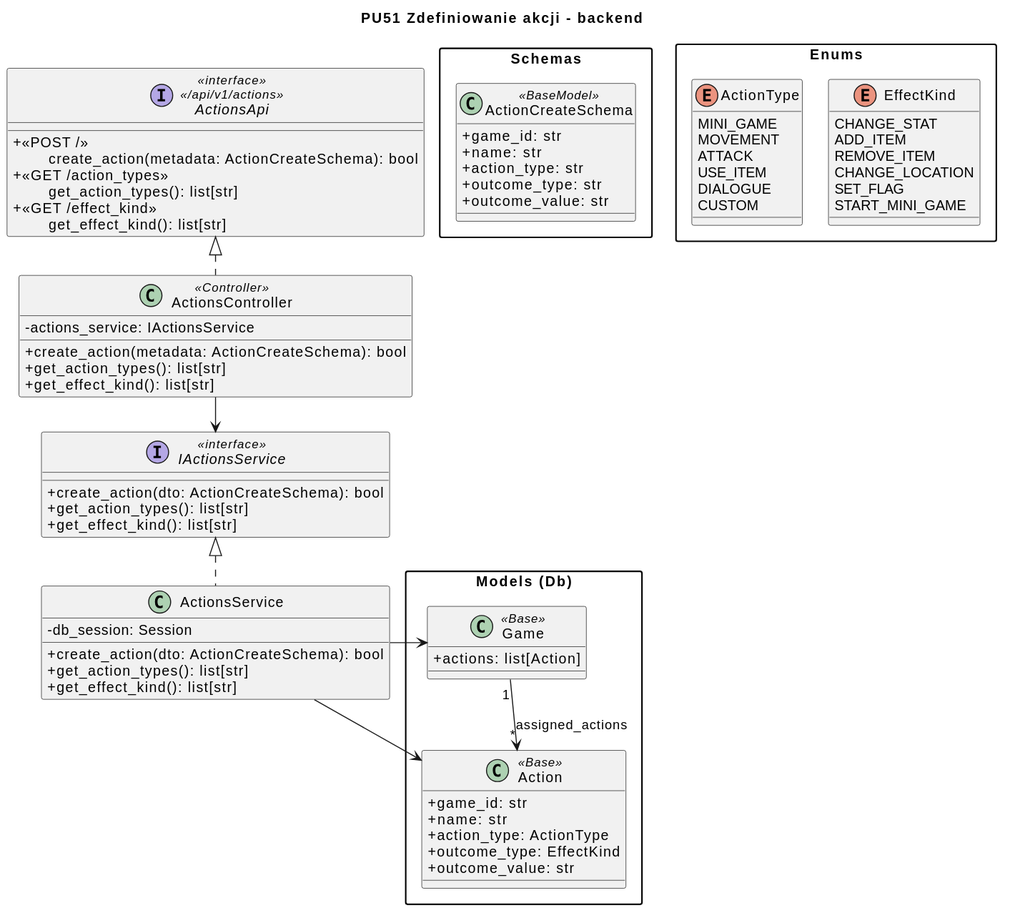
Before: diagrams/backend/rendered/action-definition.svg, a diagram exported from PlantUML (Igor-Ochocki/POP-2026Z).
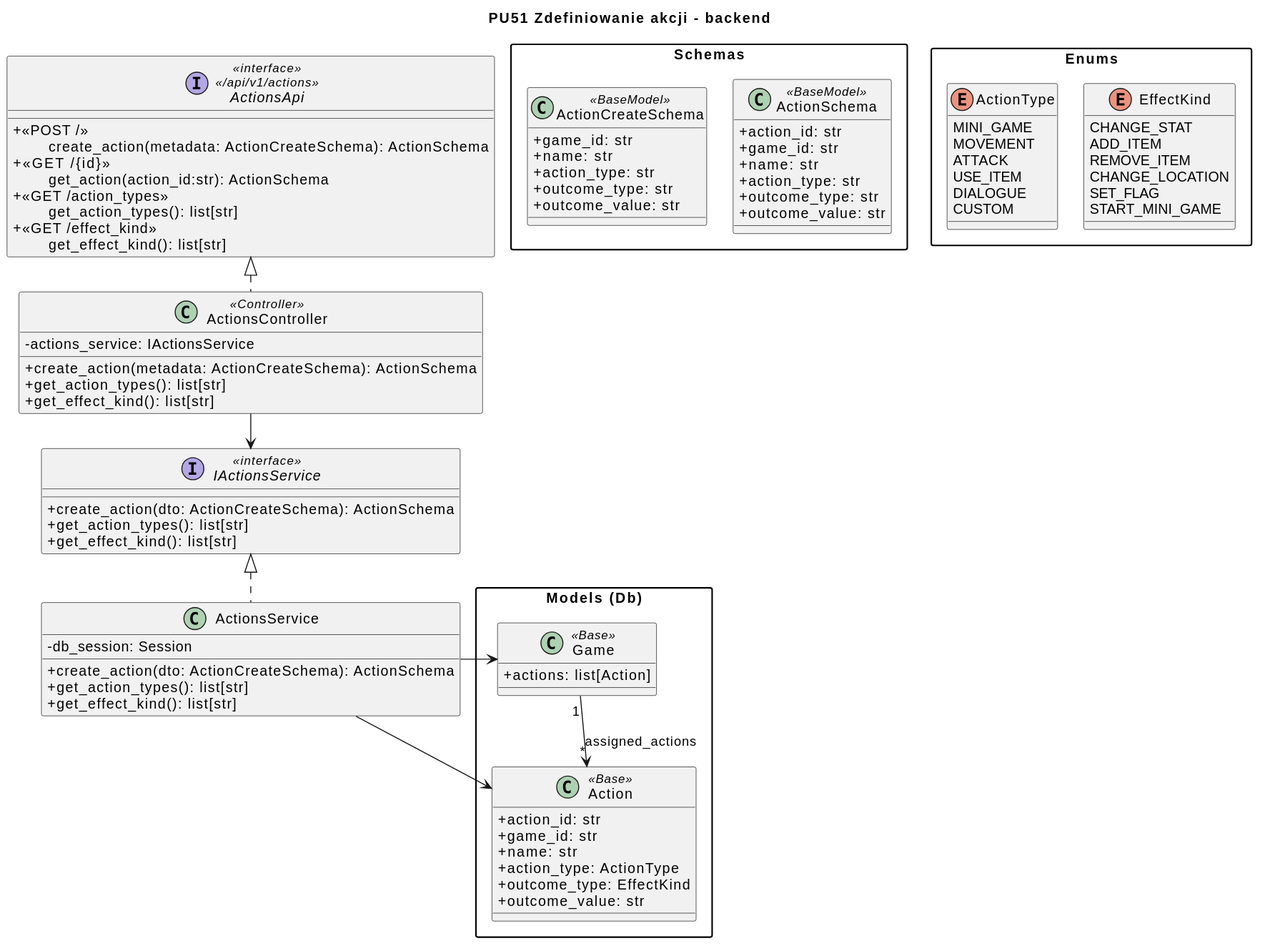
After the commit.

Commit message:
Poprawa diagramów backend dla PU51 zgodnie z uwagami Prowadzącego

Change to the diagram source:
```diff
@@ -10,20 +10,21 @@
 title PU51 Zdefiniowanie akcji - backend
 
 interface ActionsApi <<interface>>\n<< /api/v1/actions >> {
-    + <<POST / >>\n\tcreate_action(metadata: ActionCreateSchema): bool
+    + <<POST / >>\n\tcreate_action(metadata: ActionCreateSchema): ActionSchema
+    + <<GET /{id}>>\n\tget_action(action_id:str): ActionSchema
     + <<GET /action_types>>\n\tget_action_types(): list[str]
 + <<GET /effect_kind>>\n\tget_effect_kind(): list[str]
 }
 
 class ActionsController <<Controller>> {
     - actions_service: IActionsService
-+ create_action(metadata: ActionCreateSchema): bool
++ create_action(metadata: ActionCreateSchema): ActionSchema
     + get_action_types(): list[str]
 + get_effect_kind(): list[str]
 }
 
 interface IActionsService <<interface>> {
-+ create_action(dto: ActionCreateSchema): bool
++ create_action(dto: ActionCreateSchema): ActionSchema
     + get_action_types(): list[str]
 + get_effect_kind(): list[str]
 
@@ -31,7 +32,7 @@
 
 class ActionsService {
     - db_session: Session
-+ create_action(dto: ActionCreateSchema): bool
++ create_action(dto: ActionCreateSchema): ActionSchema
     + get_action_types(): list[str]
 + get_effect_kind(): list[str]
 }
@@ -44,6 +45,14 @@
 + outcome_type: str
 + outcome_value: str
     }
+    class ActionSchema <<BaseModel>>{
+    + action_id: str
+    + game_id: str
+    + name: str
+    + action_type: str
+    + outcome_type: str
+    + outcome_value: str
+    }
 }
 
 package "Models (Db)" as models {
@@ -52,6 +61,7 @@
     }
 
     class Action <<Base>> {
+    + action_id: str
         + game_id: str
 + name: str
 + action_type: ActionType
```
